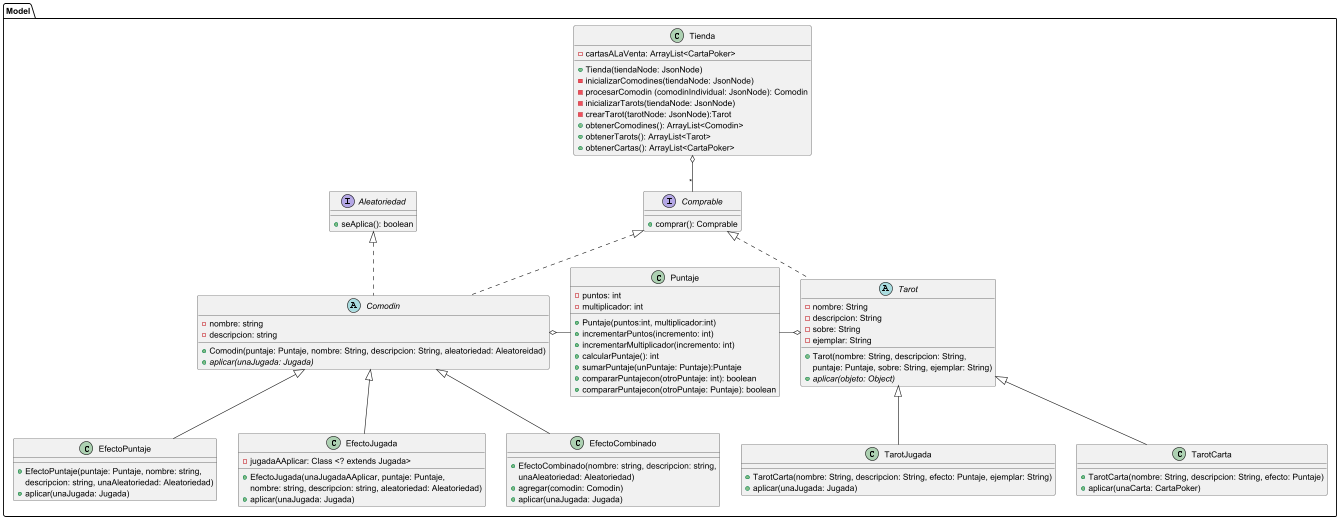
Earlier version of the PlantUML export diagrams/classes/clasesBalatro3.png (carruizdiaz1109/UBAlatro).
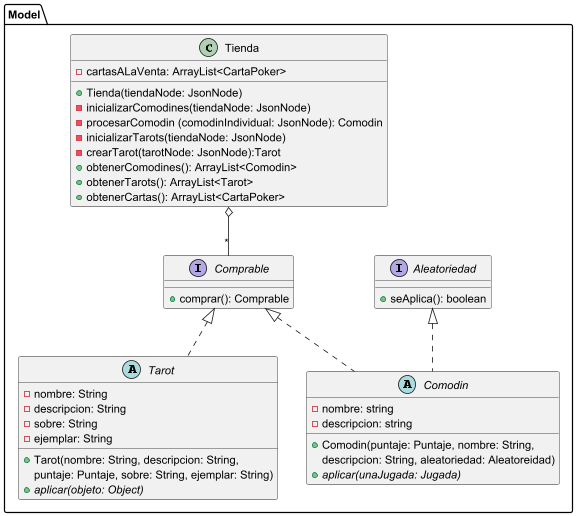
The same diagram one commit later.

What changed in the source:
```diff
@@ -28,28 +28,9 @@
     - nombre: string
     - descripcion: string
 
-    + Comodin(puntaje: Puntaje, nombre: String, descripcion: String, aleatoriedad: Aleatoreidad)
+    + Comodin(puntaje: Puntaje, nombre: String,
+    descripcion: String, aleatoriedad: Aleatoreidad)
     + {abstract}aplicar(unaJugada: Jugada)
-}
-
-class EfectoJugada {
-    - jugadaAAplicar: Class <? extends Jugada>
-    + EfectoJugada(unaJugadaAAplicar, puntaje: Puntaje,
-    nombre: string, descripcion: string, aleatoriedad: Aleatoriedad)
-    + aplicar(unaJugada: Jugada)
-}
-
-class EfectoCombinado{
-    + EfectoCombinado(nombre: string, descripcion: string,
-    unaAleatoriedad: Aleatoriedad)
-    + agregar(comodin: Comodin)
-    + aplicar(unaJugada: Jugada)
-
-}
-class EfectoPuntaje{
-    + EfectoPuntaje(puntaje: Puntaje, nombre: string,
-    descripcion: string, unaAleatoriedad: Aleatoriedad)
-    + aplicar(unaJugada: Jugada)
 }
 
 abstract class Tarot {
@@ -63,29 +44,6 @@
     + {abstract}aplicar(objeto: Object)
 }
 
-class TarotCarta {
-    + TarotCarta(nombre: String, descripcion: String, efecto: Puntaje)
-    + aplicar(unaCarta: CartaPoker)
-}
-
-class TarotJugada {
-    + TarotCarta(nombre: String, descripcion: String, efecto: Puntaje, ejemplar: String)
-    + aplicar(unaJugada: Jugada)
-}
-
-
-class Puntaje {
-    - puntos: int
-    - multiplicador: int
-
-    + Puntaje(puntos:int, multiplicador:int)
-    + incrementarPuntos(incremento: int)
-    + incrementarMultiplicador(incremento: int)
-    + calcularPuntaje(): int
-    + sumarPuntaje(unPuntaje: Puntaje):Puntaje
-    + compararPuntajecon(otroPuntaje: int): boolean
-    + compararPuntajecon(otroPuntaje: Puntaje): boolean
-}
 
 
 Tienda o-- "*" Comprable
@@ -94,12 +52,8 @@
 Tarot .up.|> Comprable
 
 
-EfectoPuntaje -up-|> Comodin
-EfectoJugada -up-|> Comodin
-EfectoCombinado -up-|> Comodin
-Comodin o-right-- Puntaje
-Tarot o-left-- Puntaje
-TarotCarta -up-|> Tarot
-TarotJugada -up-|> Tarot
+
+
+
 }
 @enduml
```
